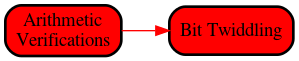
Earlier version of the Graphviz export misc/SAWDemos.gv.png (weaversa/cryptol-course). Its source is kept beside it as misc/SAWDemos.gv.
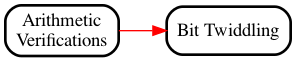
After the commit.

What changed in the source:
```diff
@@ -2,7 +2,7 @@
 
   rankdir="LR";
 
-  node [shape="box", style="rounded,filled", fillcolor="red", penwidth = 2];
+  node [shape="box", style="rounded,filled", fillcolor="white", penwidth = 2];
   edge [penwidth = 1];
 
 
```
